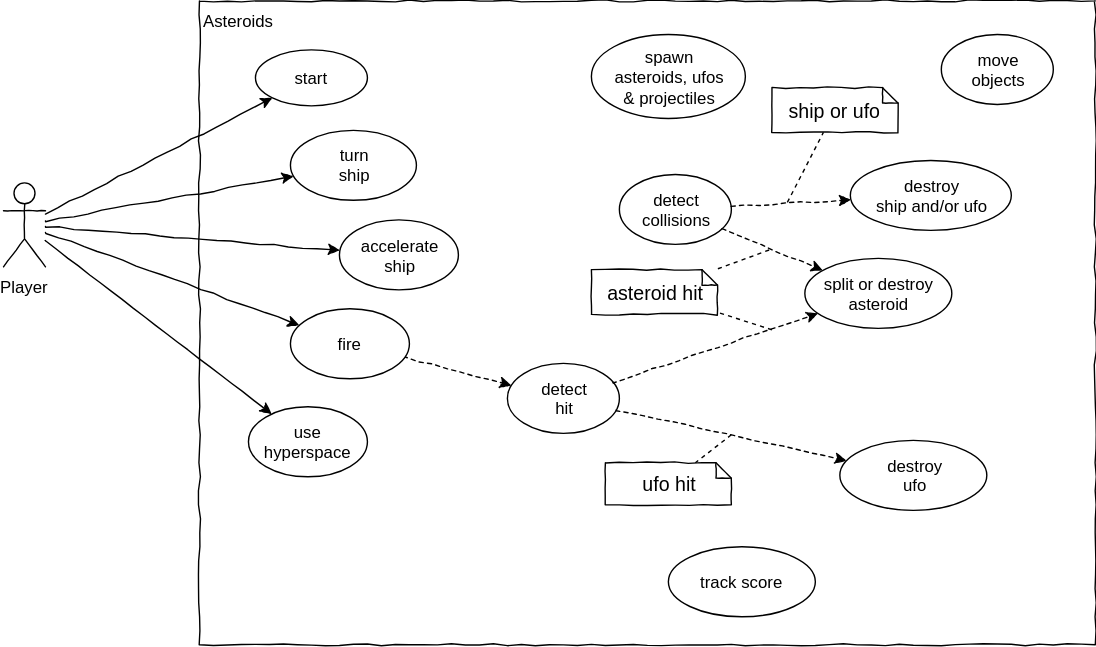
Above: X01_Appendix/Code/L12_Addition/eiaSteroids/Documentation/Diagrams/Asteroids_UseCaseDiagram.svg in JirkaDellOro/EIA2-Inverted (draw.io), before the change. Source tidied: cells renumbered, new cells last; positions are measured from the earlier drawing's top-left corner, leaving out a move shared by most shapes.
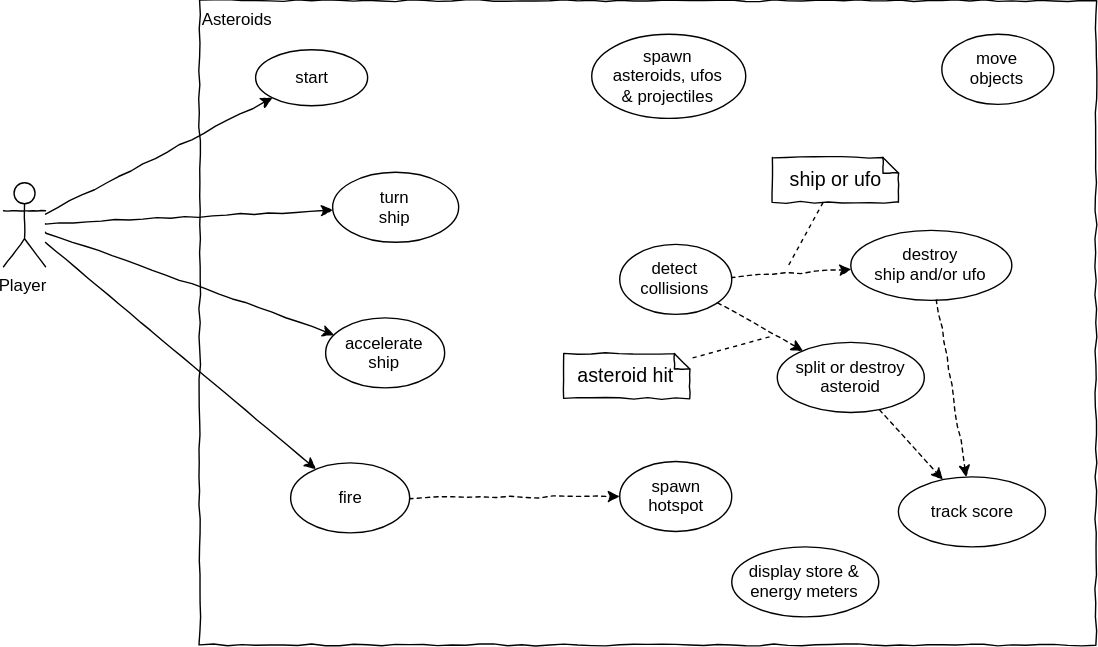
Later version of the same file.

What changed in the source:
```diff
@@ -24,26 +24,20 @@
       <mxGeometry x="180" y="35" width="80" height="40" as="geometry" />
     </mxCell>
     <mxCell id="9" value="turn&lt;br&gt;ship" style="ellipse;whiteSpace=wrap;html=1;rounded=1;shadow=0;strokeWidth=1;comic=1;" parent="1" vertex="1">
-      <mxGeometry x="205" y="92.5" width="90" height="50" as="geometry" />
+      <mxGeometry x="235" y="122.5" width="90" height="50" as="geometry" />
     </mxCell>
-    <mxCell id="10" value="detect&lt;br&gt;hit" style="ellipse;whiteSpace=wrap;html=1;rounded=1;shadow=0;strokeWidth=1;comic=1;" parent="1" vertex="1">
-      <mxGeometry x="360" y="259" width="80" height="50" as="geometry" />
+    <mxCell id="10" value="spawn&lt;br&gt;hotspot" style="ellipse;whiteSpace=wrap;html=1;rounded=1;shadow=0;strokeWidth=1;comic=1;" parent="1" vertex="1">
+      <mxGeometry x="440" y="329" width="80" height="50" as="geometry" />
     </mxCell>
     <mxCell id="11" value="accelerate&lt;br&gt;ship" style="ellipse;whiteSpace=wrap;html=1;rounded=1;shadow=0;strokeWidth=1;comic=1;" parent="1" vertex="1">
-      <mxGeometry x="240" y="156.5" width="85" height="50" as="geometry" />
+      <mxGeometry x="230" y="226.5" width="85" height="50" as="geometry" />
     </mxCell>
     <mxCell id="12" style="edgeStyle=none;rounded=0;jettySize=auto;html=1;shadow=0;comic=1;" parent="1" edge="1" source="7" target="13">
       <mxGeometry relative="1" as="geometry" />
     </mxCell>
     <mxCell id="13" value="fire" style="ellipse;whiteSpace=wrap;html=1;rounded=1;shadow=0;strokeWidth=1;comic=1;" parent="1" vertex="1">
-      <mxGeometry x="205" y="220" width="85" height="50" as="geometry" />
+      <mxGeometry x="205" y="330" width="85" height="50" as="geometry" />
     </mxCell>
-    <mxCell id="14" style="edgeStyle=none;rounded=0;jettySize=auto;html=1;shadow=0;comic=1;" parent="1" edge="1" source="7" target="15">
-      <mxGeometry relative="1" as="geometry" />
-    </mxCell>
-    <mxCell id="15" value="use&lt;br&gt;hyperspace" style="ellipse;whiteSpace=wrap;html=1;rounded=1;shadow=0;strokeWidth=1;comic=1;" parent="1" vertex="1">
-      <mxGeometry x="175" y="290" width="85" height="50" as="geometry" />
-    </mxCell>
     <mxCell id="16" value="spawn&lt;br&gt;asteroids, ufos&lt;br&gt;&amp;amp; projectiles" style="ellipse;whiteSpace=wrap;html=1;rounded=1;shadow=0;strokeWidth=1;comic=1;" parent="1" vertex="1">
       <mxGeometry x="420" y="24" width="110" height="60" as="geometry" />
     </mxCell>
@@ -51,16 +45,16 @@
       <mxGeometry x="670" y="24" width="80" height="50" as="geometry" />
     </mxCell>
     <mxCell id="18" value="detect&lt;br&gt;collisions" style="ellipse;whiteSpace=wrap;html=1;rounded=1;shadow=0;strokeWidth=1;comic=1;" parent="1" vertex="1">
-      <mxGeometry x="440" y="124" width="80" height="50" as="geometry" />
+      <mxGeometry x="440" y="174" width="80" height="50" as="geometry" />
     </mxCell>
     <mxCell id="19" value="destroy&lt;br&gt;ship and/or ufo" style="ellipse;whiteSpace=wrap;html=1;rounded=1;shadow=0;strokeWidth=1;comic=1;" parent="1" vertex="1">
-      <mxGeometry x="605" y="114" width="115" height="50" as="geometry" />
+      <mxGeometry x="605" y="164" width="115" height="50" as="geometry" />
     </mxCell>
     <mxCell id="20" style="rounded=0;jettySize=auto;html=1;dashed=1;shadow=0;comic=1;" parent="1" edge="1" source="18" target="23">
       <mxGeometry relative="1" as="geometry" />
     </mxCell>
     <mxCell id="21" value="ship or ufo" style="shape=note;strokeWidth=1;fontSize=14;size=11;whiteSpace=wrap;html=1;rounded=0;shadow=0;comic=1;fillColor=#FFFFFF;" parent="1" vertex="1">
-      <mxGeometry x="549" y="62" width="90" height="32" as="geometry" />
+      <mxGeometry x="549" y="112" width="90" height="32" as="geometry" />
     </mxCell>
     <mxCell id="22" style="endArrow=none;dashed=1;html=1;" parent="1" edge="1" target="21">
       <mxGeometry relative="1" as="geometry">
@@ -68,43 +62,35 @@
       </mxGeometry>
     </mxCell>
     <mxCell id="23" value="split or destroy&lt;br&gt;asteroid" style="ellipse;whiteSpace=wrap;html=1;rounded=1;shadow=0;strokeWidth=1;comic=1;" parent="1" vertex="1">
-      <mxGeometry x="572.5" y="184" width="105" height="50" as="geometry" />
+      <mxGeometry x="552.5" y="244" width="105" height="50" as="geometry" />
     </mxCell>
-    <mxCell id="24" style="rounded=0;jettySize=auto;html=1;dashed=1;shadow=0;comic=1;" parent="1" edge="1" source="10" target="23">
-      <mxGeometry relative="1" as="geometry" />
-    </mxCell>
     <mxCell id="25" value="asteroid hit" style="shape=note;strokeWidth=1;fontSize=14;size=11;whiteSpace=wrap;html=1;rounded=0;shadow=0;comic=1;fillColor=#FFFFFF;" parent="1" vertex="1">
-      <mxGeometry x="420" y="192" width="90" height="32" as="geometry" />
+      <mxGeometry x="400" y="252" width="90" height="32" as="geometry" />
     </mxCell>
     <mxCell id="26" style="endArrow=none;dashed=1;html=1;" parent="1" edge="1" target="25">
       <mxGeometry relative="1" as="geometry">
-        <mxPoint x="547" y="178" as="sourcePoint" />
+        <mxPoint x="547" y="240" as="sourcePoint" />
       </mxGeometry>
     </mxCell>
-    <mxCell id="27" value="destroy&lt;br&gt;ufo" style="ellipse;whiteSpace=wrap;html=1;rounded=1;shadow=0;strokeWidth=1;comic=1;" parent="1" vertex="1">
-      <mxGeometry x="597.5" y="314" width="105" height="50" as="geometry" />
-    </mxCell>
-    <mxCell id="28" style="rounded=0;jettySize=auto;html=1;dashed=1;shadow=0;comic=1;" parent="1" edge="1" source="10" target="27">
-      <mxGeometry relative="1" as="geometry" />
-    </mxCell>
-    <mxCell id="29" style="endArrow=none;dashed=1;html=1;" parent="1" edge="1" target="30">
-      <mxGeometry relative="1" as="geometry">
-        <mxPoint x="520" y="310" as="sourcePoint" />
-      </mxGeometry>
-    </mxCell>
-    <mxCell id="30" value="ufo hit" style="shape=note;strokeWidth=1;fontSize=14;size=11;whiteSpace=wrap;html=1;rounded=0;shadow=0;comic=1;fillColor=#FFFFFF;" parent="1" vertex="1">
-      <mxGeometry x="430" y="330" width="90" height="30" as="geometry" />
-    </mxCell>
-    <mxCell id="31" style="endArrow=none;dashed=1;html=1;" parent="1" edge="1" target="25">
-      <mxGeometry relative="1" as="geometry">
-        <mxPoint x="549" y="235" as="sourcePoint" />
-      </mxGeometry>
-    </mxCell>
     <mxCell id="32" style="rounded=0;jettySize=auto;html=1;dashed=1;shadow=0;comic=1;" parent="1" edge="1" source="18" target="19">
       <mxGeometry relative="1" as="geometry" />
     </mxCell>
     <mxCell id="33" value="track score" style="ellipse;whiteSpace=wrap;html=1;rounded=1;shadow=0;strokeWidth=1;comic=1;" parent="1" vertex="1">
-      <mxGeometry x="475" y="390" width="105" height="50" as="geometry" />
+      <mxGeometry x="639" y="340" width="105" height="50" as="geometry" />
     </mxCell>
+    <mxCell id="34" style="rounded=0;jettySize=auto;html=1;dashed=1;shadow=0;comic=1;" parent="1" edge="1" source="19" target="33">
+      <mxGeometry relative="1" as="geometry" />
+    </mxCell>
+    <mxCell id="35" style="rounded=0;jettySize=auto;html=1;dashed=1;shadow=0;comic=1;" parent="1" edge="1" source="23" target="33">
+      <mxGeometry relative="1" as="geometry" />
+    </mxCell>
+    <mxCell id="36" style="endArrow=none;dashed=1;html=1;" parent="1" edge="1" source="21">
+      <mxGeometry relative="1" as="geometry">
+        <mxPoint x="560" y="190" as="targetPoint" />
+      </mxGeometry>
+    </mxCell>
+    <mxCell id="37" value="display store &amp;amp; energy meters" style="ellipse;whiteSpace=wrap;html=1;rounded=1;shadow=0;strokeWidth=1;comic=1;" parent="1" vertex="1">
+      <mxGeometry x="520" y="390" width="105" height="50" as="geometry" />
+    </mxCell>
   </root>
 </mxGraphModel>
```
